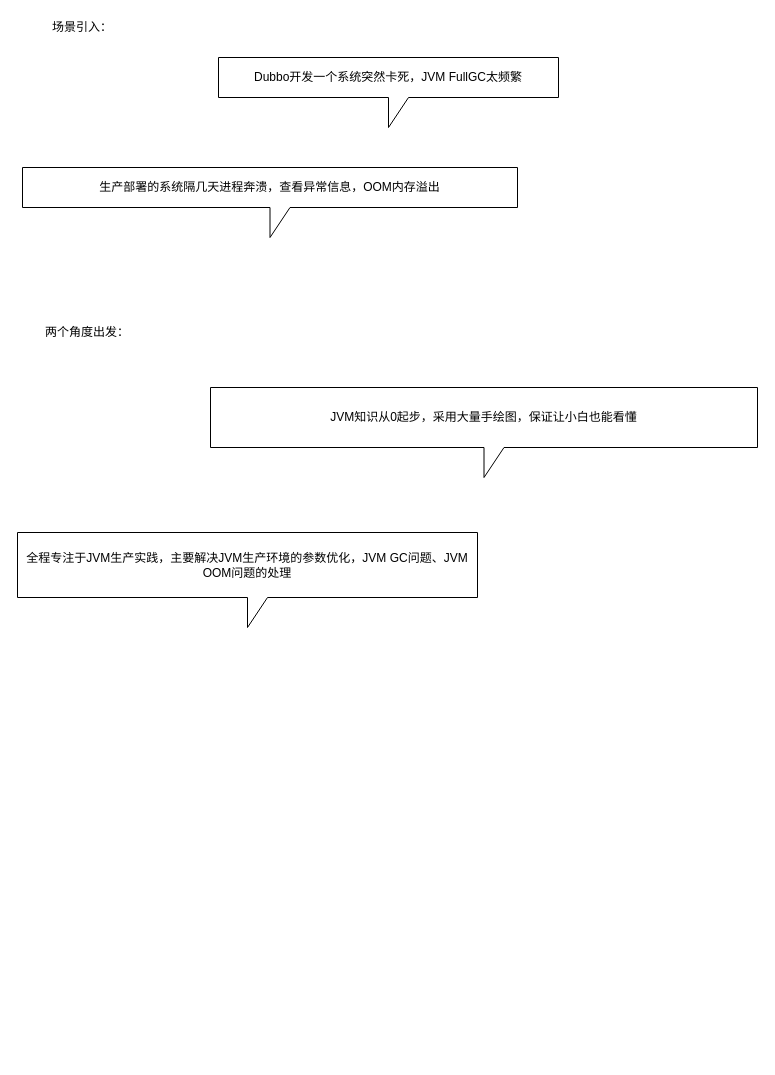
Above: 从 0 开始带你成为JVM实战高手/001、开篇词：JVM优化实战，广大Java工程师心中永远的痛/开篇词：JVM优化实战，广大Java工程师心中永远的痛.drawio in thomasliu319/Blog (draw.io), before the change. Source tidied: cells renumbered, new cells numbered last; positions are measured from the earlier drawing's top-left corner, leaving out a move shared by most shapes. Both pictures are drawn from the tidied source at 100%, with x=0, y=0 at pixel (17, 17).
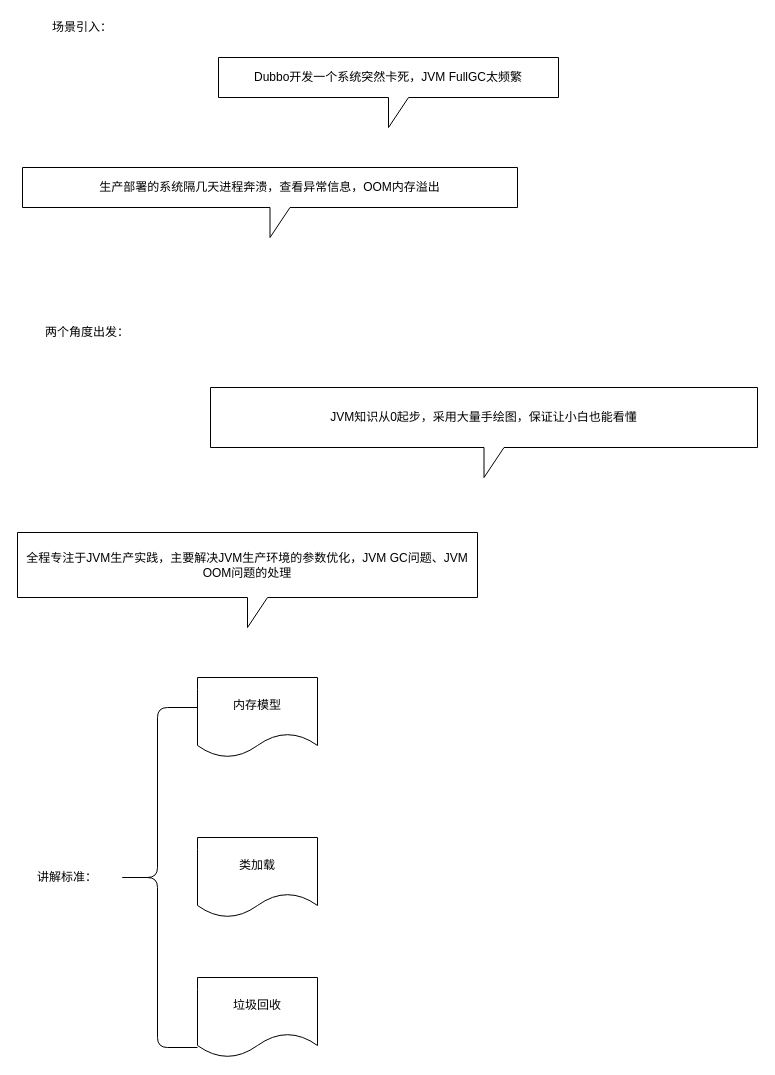
The same page after the edit.

The edit, as a diff of the source:
```diff
@@
 <mxGraphModel>
   <root>
     <mxCell id="0" />
     <mxCell id="1" parent="0" />
     <mxCell id="2" value="Dubbo开发一个系统突然卡死，JVM FullGC太频繁" style="shape=callout;whiteSpace=wrap;html=1;perimeter=calloutPerimeter;" parent="1" vertex="1">
       <mxGeometry x="201" y="40" width="340" height="70" as="geometry" />
     </mxCell>
     <mxCell id="3" value="场景引入：" style="text;html=1;strokeColor=none;fillColor=none;align=center;verticalAlign=middle;whiteSpace=wrap;rounded=0;" parent="1" vertex="1">
       <mxGeometry x="10" width="110" height="20" as="geometry" />
     </mxCell>
     <mxCell id="4" value="生产部署的系统隔几天进程奔溃，查看异常信息，OOM内存溢出" style="shape=callout;whiteSpace=wrap;html=1;perimeter=calloutPerimeter;" parent="1" vertex="1">
       <mxGeometry x="5" y="150" width="495" height="70" as="geometry" />
     </mxCell>
     <mxCell id="5" value="两个角度出发：" style="text;html=1;strokeColor=none;fillColor=none;align=center;verticalAlign=middle;whiteSpace=wrap;rounded=0;" parent="1" vertex="1">
       <mxGeometry x="20" y="310" width="100" height="10" as="geometry" />
     </mxCell>
     <mxCell id="6" value="JVM知识从0起步，采用大量手绘图，保证让小白也能看懂" style="shape=callout;whiteSpace=wrap;html=1;perimeter=calloutPerimeter;" parent="1" vertex="1">
       <mxGeometry x="193" y="370" width="547" height="90" as="geometry" />
     </mxCell>
     <mxCell id="7" value="全程专注于JVM生产实践，主要解决JVM生产环境的参数优化，JVM GC问题、JVM OOM问题的处理" style="shape=callout;whiteSpace=wrap;html=1;perimeter=calloutPerimeter;" parent="1" vertex="1">
       <mxGeometry y="515" width="460" height="95" as="geometry" />
     </mxCell>
+    <mxCell id="8" value="讲解标准：" style="text;html=1;strokeColor=none;fillColor=none;align=center;verticalAlign=middle;whiteSpace=wrap;rounded=0;" parent="1" vertex="1">
+      <mxGeometry x="5" y="850" width="90" height="20" as="geometry" />
+    </mxCell>
+    <mxCell id="9" value="内存模型" style="shape=document;whiteSpace=wrap;html=1;boundedLbl=1;" parent="1" vertex="1">
+      <mxGeometry x="180" y="660" width="120" height="80" as="geometry" />
+    </mxCell>
+    <mxCell id="10" value="类加载" style="shape=document;whiteSpace=wrap;html=1;boundedLbl=1;" parent="1" vertex="1">
+      <mxGeometry x="180" y="820" width="120" height="80" as="geometry" />
+    </mxCell>
+    <mxCell id="11" value="垃圾回收" style="shape=document;whiteSpace=wrap;html=1;boundedLbl=1;" parent="1" vertex="1">
+      <mxGeometry x="180" y="960" width="120" height="80" as="geometry" />
+    </mxCell>
+    <mxCell id="12" style="shape=curlyBracket;whiteSpace=wrap;html=1;rounded=1;" parent="1" vertex="1">
+      <mxGeometry x="100" y="690" width="80" height="340" as="geometry" />
+    </mxCell>
   </root>
 </mxGraphModel>
```
